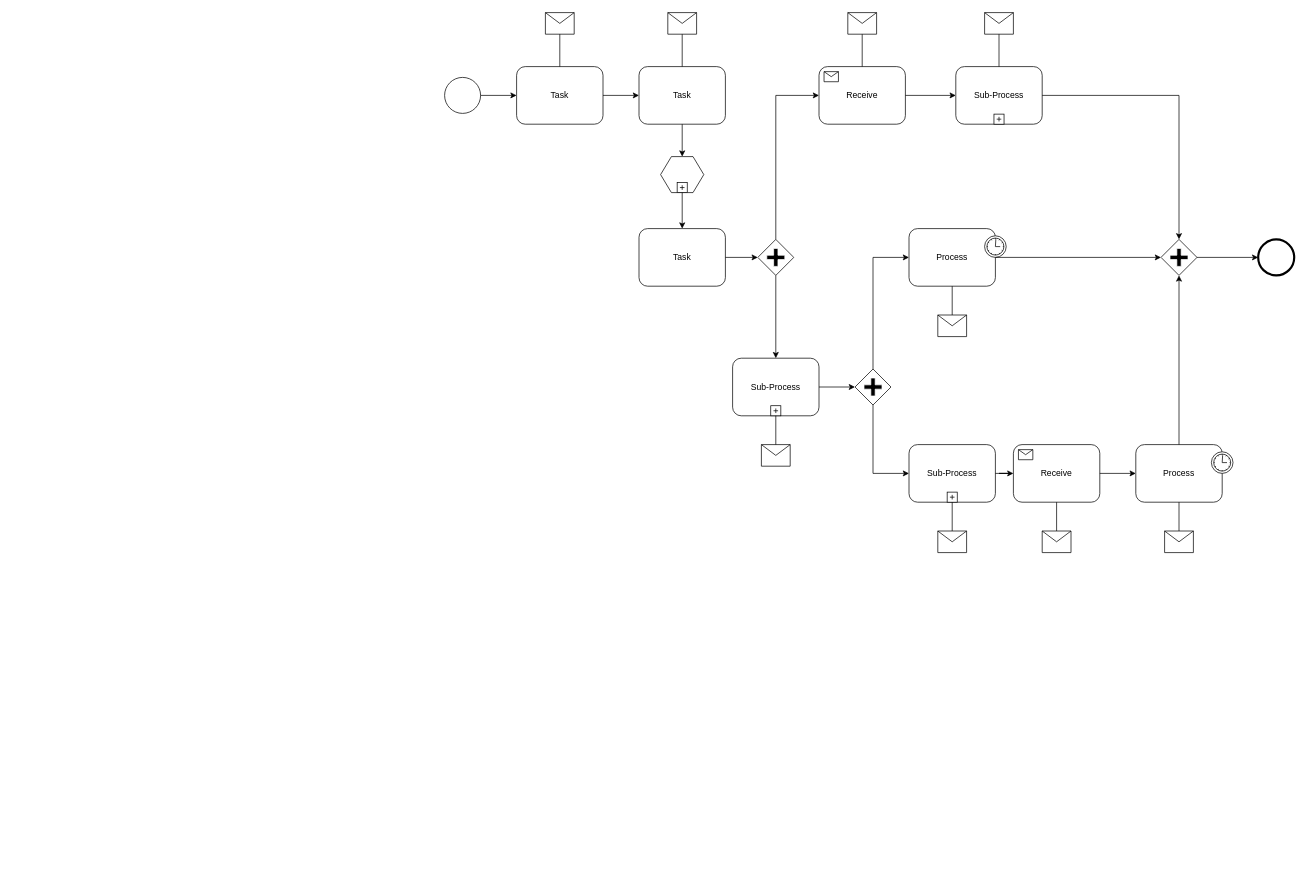
The draw.io diagram bpmn1.drawio in AleksTikhonov/ANSYS_Workbench, before the edit. Source tidied: cells renumbered, new cells numbered last; positions are measured from the earlier drawing's top-left corner, leaving out a move shared by most shapes. Both pictures are drawn from the tidied source at 72%, with x=0, y=0 at pixel (444, 12).
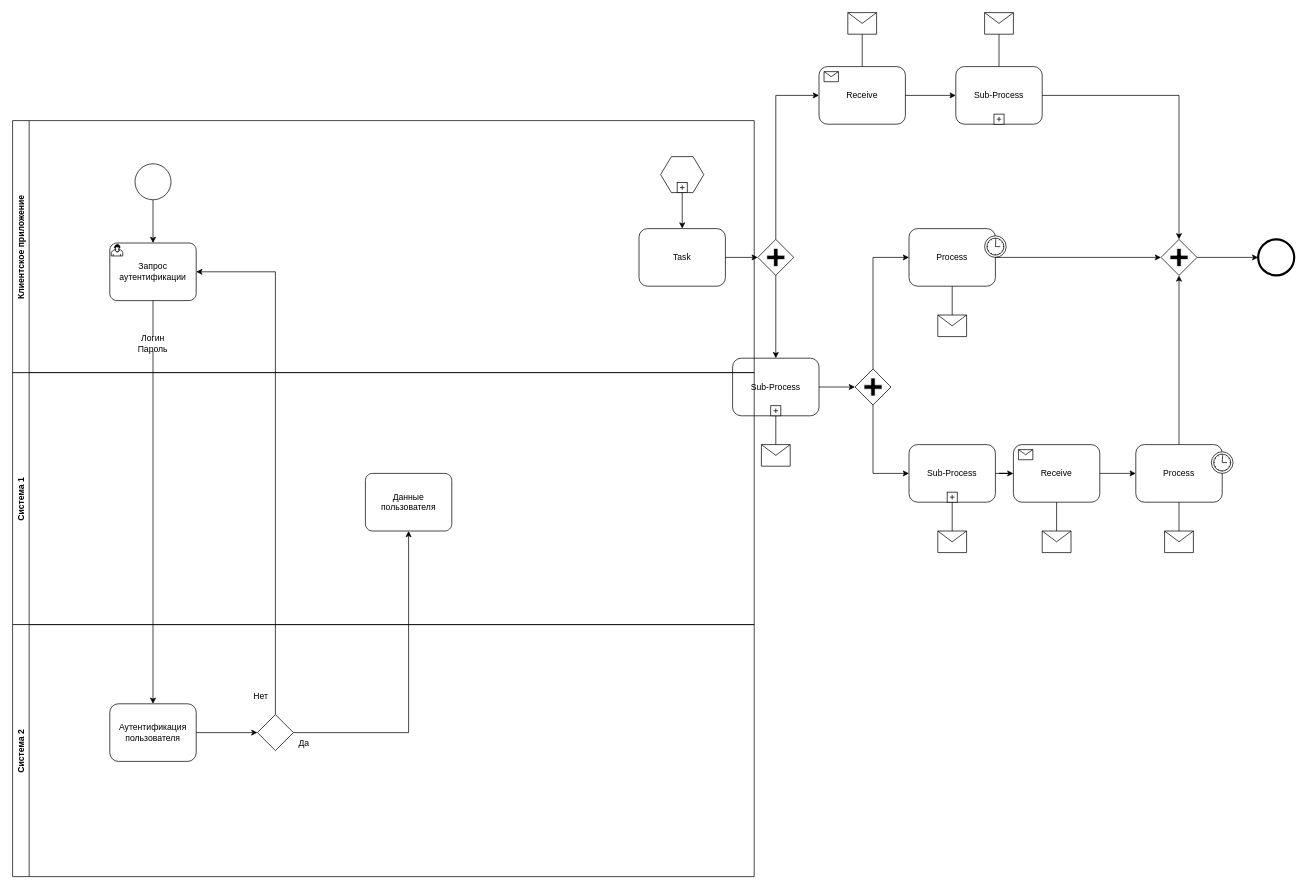
Above is the later version.

Unchanged cells that the change refers to:
```xml
<mxCell id="7" style="shape=hexagon;whiteSpace=wrap;html=1;perimeter=hexagonPerimeter;" parent="1" vertex="1">
  <mxGeometry x="300" y="200" width="60" height="50" as="geometry" />
</mxCell>
```

Diff of the diagram source:
```diff
@@
-    <mxCell id="2" style="shape=mxgraph.bpmn.shape;html=1;verticalLabelPosition=bottom;labelBackgroundColor=#ffffff;verticalAlign=top;perimeter=ellipsePerimeter;outline=standard;symbol=general;" parent="1" vertex="1">
-      <mxGeometry y="90" width="50" height="50" as="geometry" />
-    </mxCell>
-    <mxCell id="3" value="Task" style="shape=ext;rounded=1;html=1;whiteSpace=wrap;" parent="1" vertex="1">
-      <mxGeometry x="100" y="75" width="120" height="80" as="geometry" />
-    </mxCell>
-    <mxCell id="4" value="Task" style="shape=ext;rounded=1;html=1;whiteSpace=wrap;" parent="1" vertex="1">
-      <mxGeometry x="270" y="75" width="120" height="80" as="geometry" />
-    </mxCell>
-    <mxCell id="5" style="shape=message;whiteSpace=wrap;html=1;" parent="1" vertex="1">
-      <mxGeometry x="140" width="40" height="30" as="geometry" />
-    </mxCell>
-    <mxCell id="6" style="shape=message;whiteSpace=wrap;html=1;" parent="1" vertex="1">
-      <mxGeometry x="310" width="40" height="30" as="geometry" />
-    </mxCell>
@@
-    <mxCell id="34" style="edgeStyle=orthogonalEdgeStyle;rounded=0;html=1;jettySize=auto;" parent="1" edge="1" source="2" target="3">
-      <mxGeometry relative="1" as="geometry" />
-    </mxCell>
-    <mxCell id="35" style="edgeStyle=orthogonalEdgeStyle;rounded=0;html=1;jettySize=auto;endArrow=none;endFill=0;" parent="1" edge="1" source="5" target="3">
-      <mxGeometry relative="1" as="geometry" />
-    </mxCell>
-    <mxCell id="36" style="edgeStyle=orthogonalEdgeStyle;rounded=0;html=1;jettySize=auto;endArrow=none;endFill=0;" parent="1" edge="1" source="6" target="4">
-      <mxGeometry relative="1" as="geometry" />
-    </mxCell>
-    <mxCell id="37" style="edgeStyle=orthogonalEdgeStyle;rounded=0;html=1;jettySize=auto;" parent="1" edge="1" source="3" target="4">
-      <mxGeometry relative="1" as="geometry" />
-    </mxCell>
@@
-    <mxCell id="45" style="edgeStyle=orthogonalEdgeStyle;rounded=0;html=1;jettySize=auto;" parent="1" edge="1" source="4" target="7">
-      <mxGeometry relative="1" as="geometry" />
-    </mxCell>
@@
+    <mxCell id="61" value="Система 1" style="swimlane;horizontal=0;" parent="1" vertex="1">
+      <mxGeometry x="-600" y="500" width="1030" height="350" as="geometry" />
+    </mxCell>
+    <mxCell id="62" value="Данные пользователя" style="points=[[0.25,0,0],[0.5,0,0],[0.75,0,0],[1,0.25,0],[1,0.5,0],[1,0.75,0],[0.75,1,0],[0.5,1,0],[0.25,1,0],[0,0.75,0],[0,0.5,0],[0,0.25,0]];shape=mxgraph.bpmn.task;whiteSpace=wrap;rectStyle=rounded;size=10;taskMarker=abstract;" parent="61" vertex="1">
+      <mxGeometry x="490" y="140" width="120" height="80" as="geometry" />
+    </mxCell>
+    <mxCell id="63" value="Система 2" style="swimlane;horizontal=0;" parent="1" vertex="1">
+      <mxGeometry x="-600" y="850" width="1030" height="350" as="geometry" />
+    </mxCell>
+    <mxCell id="64" style="edgeStyle=orthogonalEdgeStyle;rounded=0;jettySize=auto;html=1;exitX=1;exitY=0.5;exitDx=0;exitDy=0;entryX=0;entryY=0.5;entryDx=0;entryDy=0;entryPerimeter=0;" parent="63" edge="1" source="3" target="65">
+      <mxGeometry relative="1" as="geometry" />
+    </mxCell>
+    <mxCell id="3" value="Аутентификация пользователя" style="shape=ext;rounded=1;html=1;whiteSpace=wrap;" parent="63" vertex="1">
+      <mxGeometry x="135" y="110" width="120" height="80" as="geometry" />
+    </mxCell>
+    <mxCell id="65" style="points=[[0.25,0.25,0],[0.5,0,0],[0.75,0.25,0],[1,0.5,0],[0.75,0.75,0],[0.5,1,0],[0.25,0.75,0],[0,0.5,0]];shape=mxgraph.bpmn.gateway2;html=1;verticalLabelPosition=bottom;labelBackgroundColor=#ffffff;verticalAlign=top;align=center;perimeter=rhombusPerimeter;outlineConnect=0;outline=none;symbol=none;" parent="63" vertex="1">
+      <mxGeometry x="340" y="125" width="50" height="50" as="geometry" />
+    </mxCell>
+    <mxCell id="66" value="Да" style="text;html=1;strokeColor=none;fillColor=none;align=center;verticalAlign=middle;whiteSpace=wrap;rounded=0;" parent="63" vertex="1">
+      <mxGeometry x="380" y="155" width="50" height="20" as="geometry" />
+    </mxCell>
+    <mxCell id="67" value="Нет" style="text;html=1;strokeColor=none;fillColor=none;align=center;verticalAlign=middle;whiteSpace=wrap;rounded=0;" parent="63" vertex="1">
+      <mxGeometry x="320" y="90" width="50" height="20" as="geometry" />
+    </mxCell>
+    <mxCell id="68" value="Клиентское приложение" style="swimlane;horizontal=0;" parent="1" vertex="1">
+      <mxGeometry x="-600" y="150" width="1030" height="350" as="geometry" />
+    </mxCell>
+    <mxCell id="69" style="edgeStyle=orthogonalEdgeStyle;rounded=0;jettySize=auto;html=1;entryX=0.5;entryY=0;entryDx=0;entryDy=0;entryPerimeter=0;" parent="68" edge="1" source="2" target="70">
+      <mxGeometry relative="1" as="geometry" />
+    </mxCell>
+    <mxCell id="2" style="shape=mxgraph.bpmn.shape;html=1;verticalLabelPosition=bottom;labelBackgroundColor=#ffffff;verticalAlign=top;perimeter=ellipsePerimeter;outline=standard;symbol=general;" parent="68" vertex="1">
+      <mxGeometry x="170" y="60" width="50" height="50" as="geometry" />
+    </mxCell>
+    <mxCell id="70" value="Запрос аутентификации" style="points=[[0.25,0,0],[0.5,0,0],[0.75,0,0],[1,0.25,0],[1,0.5,0],[1,0.75,0],[0.75,1,0],[0.5,1,0],[0.25,1,0],[0,0.75,0],[0,0.5,0],[0,0.25,0]];shape=mxgraph.bpmn.task;whiteSpace=wrap;rectStyle=rounded;size=10;taskMarker=user;" parent="68" vertex="1">
+      <mxGeometry x="135" y="170" width="120" height="80" as="geometry" />
+    </mxCell>
+    <mxCell id="71" value="Логин&lt;br&gt;Пароль" style="text;html=1;strokeColor=none;fillColor=none;align=center;verticalAlign=middle;whiteSpace=wrap;rounded=0;" parent="68" vertex="1">
+      <mxGeometry x="170" y="300" width="50" height="20" as="geometry" />
+    </mxCell>
+    <mxCell id="72" style="edgeStyle=orthogonalEdgeStyle;rounded=0;jettySize=auto;html=1;entryX=0.5;entryY=0;entryDx=0;entryDy=0;exitX=0.5;exitY=1;exitDx=0;exitDy=0;exitPerimeter=0;endArrow=none;" parent="68" edge="1" source="70" target="71">
+      <mxGeometry relative="1" as="geometry" />
+    </mxCell>
+    <mxCell id="73" style="edgeStyle=orthogonalEdgeStyle;rounded=0;jettySize=auto;html=1;entryX=0.5;entryY=0;entryDx=0;entryDy=0;exitX=0.5;exitY=1;exitDx=0;exitDy=0;exitPerimeter=0;startArrow=none;" parent="1" edge="1" source="71" target="3">
+      <mxGeometry relative="1" as="geometry" />
+    </mxCell>
+    <mxCell id="74" style="edgeStyle=orthogonalEdgeStyle;rounded=0;jettySize=auto;html=1;exitX=0.5;exitY=0;exitDx=0;exitDy=0;exitPerimeter=0;entryX=1;entryY=0.5;entryDx=0;entryDy=0;entryPerimeter=0;" parent="1" edge="1" source="65" target="70">
+      <mxGeometry relative="1" as="geometry" />
+    </mxCell>
+    <mxCell id="75" style="edgeStyle=orthogonalEdgeStyle;rounded=0;jettySize=auto;html=1;exitX=1;exitY=0.5;exitDx=0;exitDy=0;exitPerimeter=0;entryX=0.5;entryY=1;entryDx=0;entryDy=0;entryPerimeter=0;" parent="1" edge="1" source="65" target="62">
+      <mxGeometry relative="1" as="geometry" />
+    </mxCell>
```
